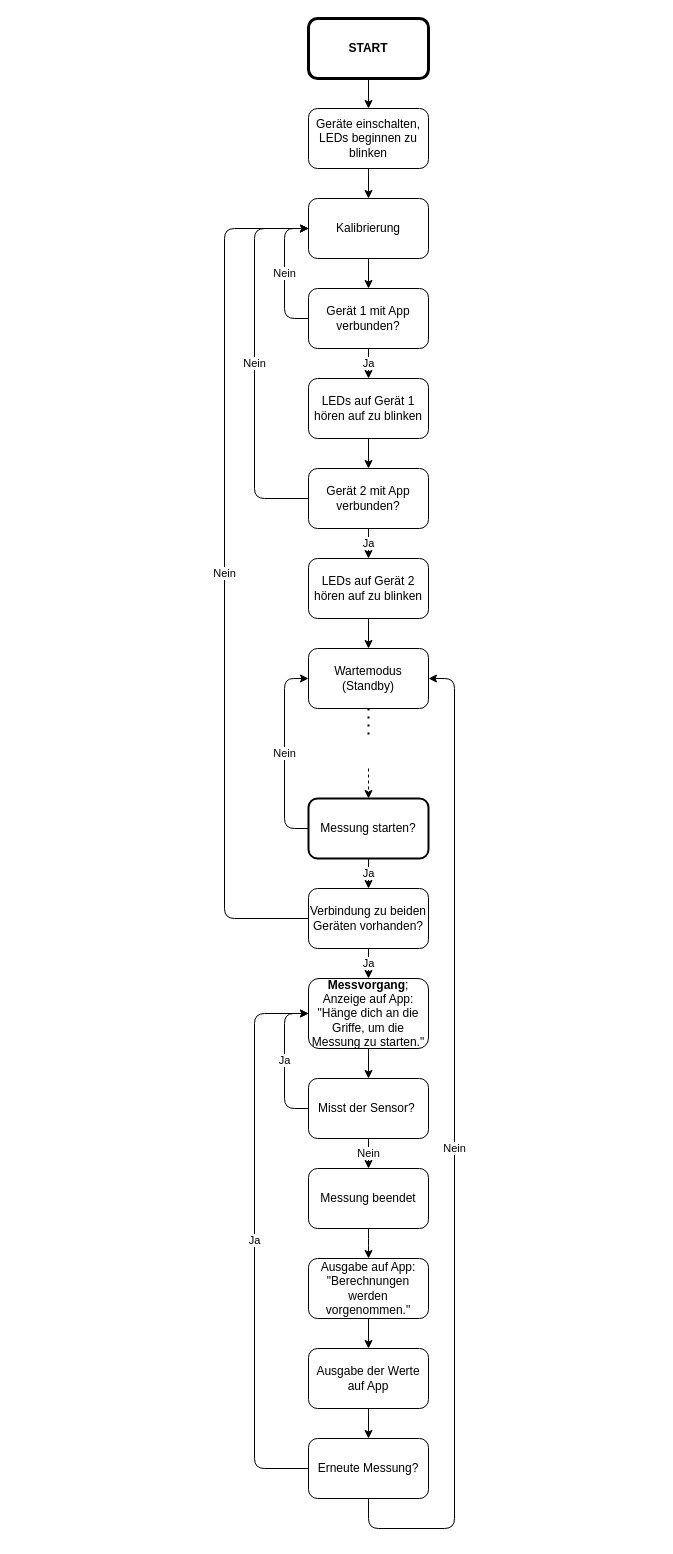
Earlier version of the draw.io diagram FloatChart.drawio (NotKet/Hang-n-Hold). Source tidied: cells renumbered, new cells numbered last; positions are measured from the earlier drawing's top-left corner, leaving out a move shared by most shapes. Both pictures are drawn from the tidied source at 100%, with x=0, y=0 at pixel (224, 18).
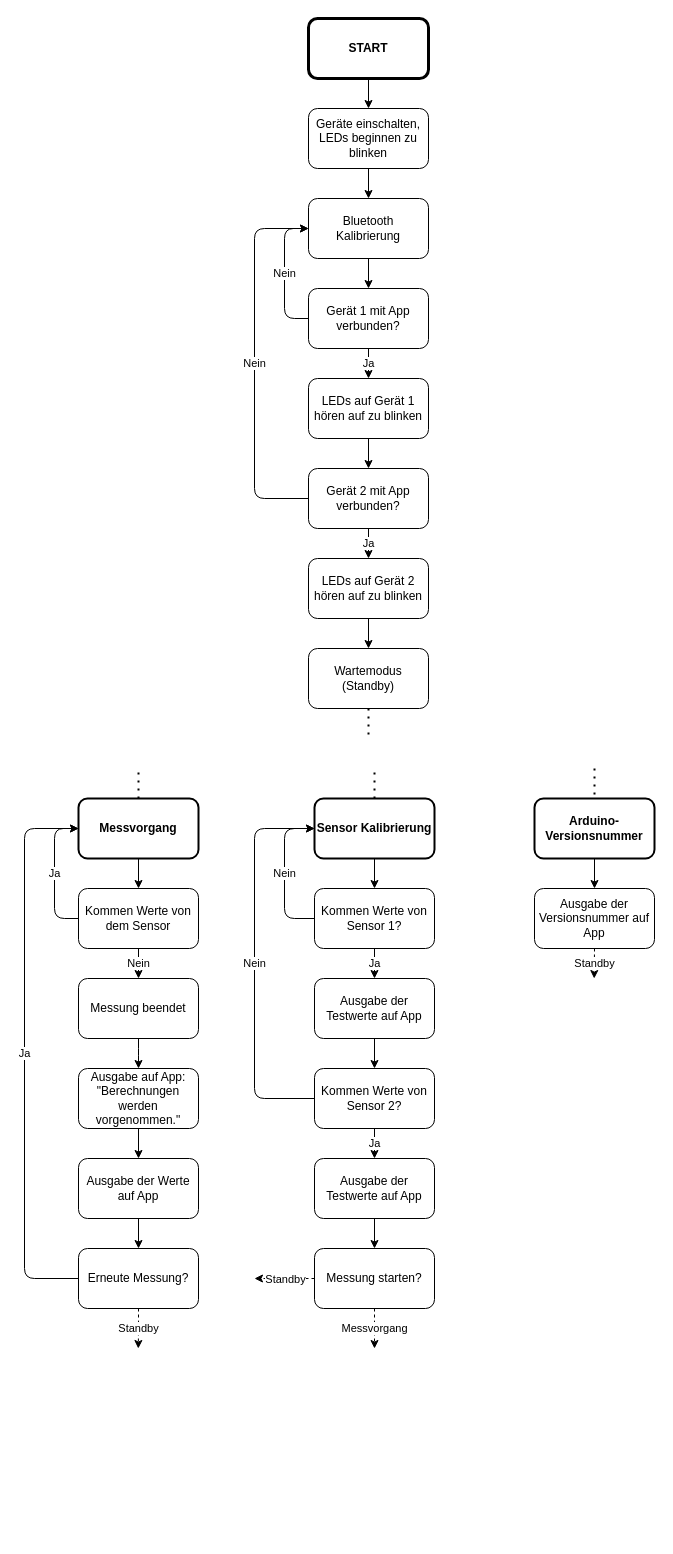
The same diagram, later.

The change refers to these unchanged cells:
```xml
<mxCell id="14" value="Wartemodus (Standby)" style="rounded=1;whiteSpace=wrap;html=1;strokeWidth=1;gradientColor=none;" parent="1" vertex="1">
  <mxGeometry x="84" y="630" width="120" height="60" as="geometry" />
</mxCell>
```

What changed in the source:
```diff
@@
-    <mxCell id="10" value="Kalibrierung" style="rounded=1;whiteSpace=wrap;html=1;" parent="1" vertex="1">
+    <mxCell id="10" value="Bluetooth Kalibrierung" style="rounded=1;whiteSpace=wrap;html=1;" parent="1" vertex="1">
       <mxGeometry x="84" y="180" width="120" height="60" as="geometry" />
     </mxCell>
@@
-    <mxCell id="15" value="Ja" style="edgeStyle=orthogonalEdgeStyle;rounded=1;jettySize=auto;html=1;exitX=0.5;exitY=1;exitDx=0;exitDy=0;entryX=0.5;entryY=0;entryDx=0;entryDy=0;" parent="1" edge="1" source="17" target="20">
-      <mxGeometry relative="1" as="geometry" />
-    </mxCell>
-    <mxCell id="16" value="Nein" style="edgeStyle=orthogonalEdgeStyle;rounded=1;jettySize=auto;html=1;exitX=0;exitY=0.5;exitDx=0;exitDy=0;entryX=0;entryY=0.5;entryDx=0;entryDy=0;" parent="1" edge="1" source="17" target="14">
-      <mxGeometry relative="1" as="geometry">
-        <Array as="points">
-          <mxPoint x="60" y="810" />
-          <mxPoint x="60" y="660" />
-        </Array>
-      </mxGeometry>
-    </mxCell>
-    <mxCell id="17" value="Messung starten?" style="rounded=1;whiteSpace=wrap;html=1;strokeWidth=2;gradientColor=none;" parent="1" vertex="1">
-      <mxGeometry x="84" y="780" width="120" height="60" as="geometry" />
-    </mxCell>
-    <mxCell id="18" value="Ja" style="edgeStyle=orthogonalEdgeStyle;rounded=1;jettySize=auto;html=1;exitX=0.5;exitY=1;exitDx=0;exitDy=0;entryX=0.5;entryY=0;entryDx=0;entryDy=0;" parent="1" edge="1" source="20" target="22">
-      <mxGeometry relative="1" as="geometry" />
-    </mxCell>
-    <mxCell id="19" value="Nein" style="edgeStyle=orthogonalEdgeStyle;rounded=1;jettySize=auto;html=1;exitX=0;exitY=0.5;exitDx=0;exitDy=0;entryX=0;entryY=0.5;entryDx=0;entryDy=0;" parent="1" edge="1" source="20" target="10">
-      <mxGeometry relative="1" as="geometry">
-        <Array as="points">
-          <mxPoint y="900" />
-          <mxPoint y="210" />
-        </Array>
-      </mxGeometry>
-    </mxCell>
-    <mxCell id="20" value="Verbindung zu beiden Geräten vorhanden?" style="rounded=1;whiteSpace=wrap;html=1;strokeWidth=1;gradientColor=none;" parent="1" vertex="1">
-      <mxGeometry x="84" y="870" width="120" height="60" as="geometry" />
-    </mxCell>
@@
-    <mxCell id="22" value="&lt;b&gt;Messvorgang&lt;/b&gt;; Anzeige auf App: &quot;Hänge dich an die Griffe, um die Messung zu starten.&quot;" style="rounded=1;whiteSpace=wrap;html=1;strokeWidth=1;gradientColor=none;" parent="1" vertex="1">
-      <mxGeometry x="84" y="960" width="120" height="70" as="geometry" />
+    <mxCell id="22" value="&lt;b&gt;Messvorgang&lt;/b&gt;" style="rounded=1;whiteSpace=wrap;html=1;strokeWidth=2;gradientColor=none;" parent="1" vertex="1">
+      <mxGeometry x="-146" y="780" width="120" height="60" as="geometry" />
     </mxCell>
-    <mxCell id="23" style="endArrow=classic;html=1;dashed=1;entryX=0.5;entryY=0;entryDx=0;entryDy=0;" parent="1" edge="1" target="17">
-      <mxGeometry relative="1" as="geometry">
-        <mxPoint x="144" y="750" as="sourcePoint" />
-      </mxGeometry>
-    </mxCell>
@@
     <mxCell id="29" value="Ja" style="edgeStyle=orthogonalEdgeStyle;rounded=1;jettySize=auto;html=1;exitX=0;exitY=0.5;exitDx=0;exitDy=0;entryX=0;entryY=0.5;entryDx=0;entryDy=0;" parent="1" edge="1" source="31" target="22">
       <mxGeometry relative="1" as="geometry">
         <Array as="points">
-          <mxPoint x="60" y="1090" />
-          <mxPoint x="60" y="995" />
+          <mxPoint x="-170" y="900" />
+          <mxPoint x="-170" y="810" />
         </Array>
       </mxGeometry>
     </mxCell>
@@
-    <mxCell id="31" value="Misst der Sensor?&amp;nbsp;" style="rounded=1;whiteSpace=wrap;html=1;strokeWidth=1;gradientColor=none;" parent="1" vertex="1">
-      <mxGeometry x="84" y="1060" width="120" height="60" as="geometry" />
+    <mxCell id="31" value="Kommen Werte von dem Sensor" style="rounded=1;whiteSpace=wrap;html=1;strokeWidth=1;gradientColor=none;" parent="1" vertex="1">
+      <mxGeometry x="-146" y="870" width="120" height="60" as="geometry" />
     </mxCell>
@@
     <mxCell id="33" value="Messung beendet" style="rounded=1;whiteSpace=wrap;html=1;strokeWidth=1;gradientColor=none;" parent="1" vertex="1">
-      <mxGeometry x="84" y="1150" width="120" height="60" as="geometry" />
+      <mxGeometry x="-146" y="960" width="120" height="60" as="geometry" />
     </mxCell>
@@
     <mxCell id="35" value="Ausgabe auf App: &quot;Berechnungen werden vorgenommen.&quot;" style="rounded=1;whiteSpace=wrap;html=1;strokeWidth=1;gradientColor=none;" parent="1" vertex="1">
-      <mxGeometry x="84" y="1240" width="120" height="60" as="geometry" />
+      <mxGeometry x="-146" y="1050" width="120" height="60" as="geometry" />
     </mxCell>
@@
     <mxCell id="37" value="Ausgabe der Werte auf App" style="rounded=1;whiteSpace=wrap;html=1;strokeWidth=1;gradientColor=none;" parent="1" vertex="1">
-      <mxGeometry x="84" y="1330" width="120" height="60" as="geometry" />
+      <mxGeometry x="-146" y="1140" width="120" height="60" as="geometry" />
     </mxCell>
     <mxCell id="38" value="Ja" style="edgeStyle=orthogonalEdgeStyle;rounded=1;jettySize=auto;html=1;exitX=0;exitY=0.5;exitDx=0;exitDy=0;entryX=0;entryY=0.5;entryDx=0;entryDy=0;" parent="1" edge="1" source="40" target="22">
       <mxGeometry relative="1" as="geometry">
         <Array as="points">
-          <mxPoint x="30" y="1450" />
-          <mxPoint x="30" y="995" />
+          <mxPoint x="-200" y="1260" />
+          <mxPoint x="-200" y="810" />
         </Array>
       </mxGeometry>
     </mxCell>
-    <mxCell id="39" value="Nein" style="edgeStyle=orthogonalEdgeStyle;rounded=1;jettySize=auto;html=1;exitX=0.5;exitY=1;exitDx=0;exitDy=0;entryX=1;entryY=0.5;entryDx=0;entryDy=0;" parent="1" edge="1" source="40" target="14">
-      <mxGeometry relative="1" as="geometry">
-        <Array as="points">
-          <mxPoint x="144" y="1510" />
-          <mxPoint x="230" y="1510" />
-          <mxPoint x="230" y="660" />
-        </Array>
-      </mxGeometry>
-    </mxCell>
+    <mxCell id="41" value="Standby" style="edgeStyle=orthogonalEdgeStyle;rounded=1;jettySize=auto;html=1;exitX=0.5;exitY=1;exitDx=0;exitDy=0;dashed=1;" parent="1" edge="1" source="40">
+      <mxGeometry relative="1" as="geometry">
+        <mxPoint x="-86.2" y="1330" as="targetPoint" />
+      </mxGeometry>
+    </mxCell>
     <mxCell id="40" value="Erneute Messung?" style="rounded=1;whiteSpace=wrap;html=1;strokeWidth=1;gradientColor=none;" parent="1" vertex="1">
-      <mxGeometry x="84" y="1420" width="120" height="60" as="geometry" />
+      <mxGeometry x="-146" y="1230" width="120" height="60" as="geometry" />
     </mxCell>
+    <mxCell id="42" style="edgeStyle=orthogonalEdgeStyle;rounded=1;jettySize=auto;html=1;exitX=0.5;exitY=1;exitDx=0;exitDy=0;entryX=0.5;entryY=0;entryDx=0;entryDy=0;" parent="1" edge="1" source="43" target="46">
+      <mxGeometry relative="1" as="geometry" />
+    </mxCell>
+    <mxCell id="43" value="Sensor Kalibrierung" style="rounded=1;whiteSpace=wrap;html=1;strokeWidth=2;gradientColor=none;fontStyle=1;" parent="1" vertex="1">
+      <mxGeometry x="90" y="780" width="120" height="60" as="geometry" />
+    </mxCell>
+    <mxCell id="44" value="Nein" style="edgeStyle=orthogonalEdgeStyle;rounded=1;jettySize=auto;html=1;exitX=0;exitY=0.5;exitDx=0;exitDy=0;entryX=0;entryY=0.5;entryDx=0;entryDy=0;" parent="1" edge="1" source="46" target="43">
+      <mxGeometry relative="1" as="geometry">
+        <Array as="points">
+          <mxPoint x="60" y="900" />
+          <mxPoint x="60" y="810" />
+        </Array>
+      </mxGeometry>
+    </mxCell>
+    <mxCell id="45" value="Ja" style="edgeStyle=orthogonalEdgeStyle;rounded=1;jettySize=auto;html=1;exitX=0.5;exitY=1;exitDx=0;exitDy=0;entryX=0.5;entryY=0;entryDx=0;entryDy=0;" parent="1" edge="1" source="46" target="51">
+      <mxGeometry relative="1" as="geometry" />
+    </mxCell>
+    <mxCell id="46" value="Kommen Werte von Sensor 1?" style="rounded=1;whiteSpace=wrap;html=1;strokeWidth=1;gradientColor=none;" parent="1" vertex="1">
+      <mxGeometry x="90" y="870" width="120" height="60" as="geometry" />
+    </mxCell>
+    <mxCell id="47" value="Nein" style="edgeStyle=orthogonalEdgeStyle;rounded=1;jettySize=auto;html=1;exitX=0;exitY=0.5;exitDx=0;exitDy=0;entryX=0;entryY=0.5;entryDx=0;entryDy=0;" parent="1" edge="1" source="49" target="43">
+      <mxGeometry relative="1" as="geometry">
+        <Array as="points">
+          <mxPoint x="30" y="1080" />
+          <mxPoint x="30" y="810" />
+        </Array>
+      </mxGeometry>
+    </mxCell>
+    <mxCell id="48" value="Ja" style="edgeStyle=orthogonalEdgeStyle;rounded=1;jettySize=auto;html=1;exitX=0.5;exitY=1;exitDx=0;exitDy=0;entryX=0.5;entryY=0;entryDx=0;entryDy=0;" parent="1" edge="1" source="49" target="53">
+      <mxGeometry relative="1" as="geometry" />
+    </mxCell>
+    <mxCell id="49" value="Kommen Werte von Sensor 2?" style="rounded=1;whiteSpace=wrap;html=1;strokeWidth=1;gradientColor=none;" parent="1" vertex="1">
+      <mxGeometry x="90" y="1050" width="120" height="60" as="geometry" />
+    </mxCell>
+    <mxCell id="50" style="edgeStyle=orthogonalEdgeStyle;rounded=1;jettySize=auto;html=1;exitX=0.5;exitY=1;exitDx=0;exitDy=0;entryX=0.5;entryY=0;entryDx=0;entryDy=0;" parent="1" edge="1" source="51" target="49">
+      <mxGeometry relative="1" as="geometry" />
+    </mxCell>
+    <mxCell id="51" value="Ausgabe der Testwerte auf App" style="rounded=1;whiteSpace=wrap;html=1;strokeWidth=1;gradientColor=none;" parent="1" vertex="1">
+      <mxGeometry x="90" y="960" width="120" height="60" as="geometry" />
+    </mxCell>
+    <mxCell id="52" style="edgeStyle=orthogonalEdgeStyle;rounded=1;jettySize=auto;html=1;exitX=0.5;exitY=1;exitDx=0;exitDy=0;entryX=0.5;entryY=0;entryDx=0;entryDy=0;" parent="1" edge="1" source="53" target="17">
+      <mxGeometry relative="1" as="geometry" />
+    </mxCell>
+    <mxCell id="53" value="Ausgabe der Testwerte auf App" style="rounded=1;whiteSpace=wrap;html=1;strokeWidth=1;gradientColor=none;" parent="1" vertex="1">
+      <mxGeometry x="90" y="1140" width="120" height="60" as="geometry" />
+    </mxCell>
+    <mxCell id="54" value="Messvorgang" style="edgeStyle=orthogonalEdgeStyle;rounded=1;jettySize=auto;html=1;exitX=0.5;exitY=1;exitDx=0;exitDy=0;dashed=1;" parent="1" edge="1" source="17">
+      <mxGeometry relative="1" as="geometry">
+        <mxPoint x="150" y="1330" as="targetPoint" />
+      </mxGeometry>
+    </mxCell>
+    <mxCell id="55" value="Standby" style="edgeStyle=orthogonalEdgeStyle;rounded=1;jettySize=auto;html=1;exitX=0;exitY=0.5;exitDx=0;exitDy=0;dashed=1;" parent="1" edge="1" source="17">
+      <mxGeometry relative="1" as="geometry">
+        <mxPoint x="30" y="1260" as="targetPoint" />
+      </mxGeometry>
+    </mxCell>
+    <mxCell id="17" value="Messung starten?" style="rounded=1;whiteSpace=wrap;html=1;strokeWidth=1;gradientColor=none;" parent="1" vertex="1">
+      <mxGeometry x="90" y="1230" width="120" height="60" as="geometry" />
+    </mxCell>
+    <mxCell id="56" style="endArrow=none;dashed=1;html=1;dashPattern=1 3;strokeWidth=2;exitX=0.5;exitY=0;exitDx=0;exitDy=0;" parent="1" edge="1" source="43">
+      <mxGeometry relative="1" as="geometry">
+        <mxPoint x="150" y="750" as="targetPoint" />
+      </mxGeometry>
+    </mxCell>
+    <mxCell id="57" style="endArrow=none;dashed=1;html=1;dashPattern=1 3;strokeWidth=2;exitX=0.5;exitY=0;exitDx=0;exitDy=0;" parent="1" edge="1" source="22">
+      <mxGeometry relative="1" as="geometry">
+        <mxPoint x="-86" y="750" as="targetPoint" />
+      </mxGeometry>
+    </mxCell>
+    <mxCell id="58" style="edgeStyle=orthogonalEdgeStyle;rounded=1;jettySize=auto;html=1;exitX=0.5;exitY=1;exitDx=0;exitDy=0;entryX=0.5;entryY=0;entryDx=0;entryDy=0;" parent="1" edge="1" source="59" target="61">
+      <mxGeometry relative="1" as="geometry" />
+    </mxCell>
+    <mxCell id="59" value="Arduino-Versionsnummer" style="rounded=1;whiteSpace=wrap;html=1;strokeWidth=2;gradientColor=none;fontStyle=1;" parent="1" vertex="1">
+      <mxGeometry x="310" y="780" width="120" height="60" as="geometry" />
+    </mxCell>
+    <mxCell id="60" value="Standby" style="edgeStyle=orthogonalEdgeStyle;rounded=1;jettySize=auto;html=1;exitX=0.5;exitY=1;exitDx=0;exitDy=0;dashed=1;" parent="1" edge="1" source="61">
+      <mxGeometry relative="1" as="geometry">
+        <mxPoint x="369.7" y="960" as="targetPoint" />
+      </mxGeometry>
+    </mxCell>
+    <mxCell id="61" value="Ausgabe der Versionsnummer auf App" style="rounded=1;whiteSpace=wrap;html=1;strokeWidth=1;gradientColor=none;" parent="1" vertex="1">
+      <mxGeometry x="310" y="870" width="120" height="60" as="geometry" />
+    </mxCell>
+    <mxCell id="62" style="endArrow=none;dashed=1;html=1;dashPattern=1 3;strokeWidth=2;entryX=0.5;entryY=0;entryDx=0;entryDy=0;" parent="1" edge="1" target="59">
+      <mxGeometry relative="1" as="geometry">
+        <mxPoint x="370" y="750" as="sourcePoint" />
+      </mxGeometry>
+    </mxCell>
```
